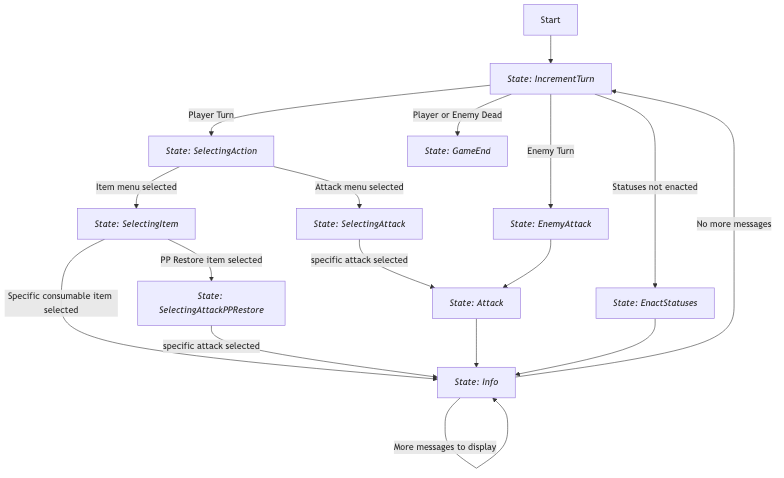
Above: docs/state_diagram.png in JakeTaussig/rpg-rougelike (Mermaid), before the change. Its source is kept beside it as docs/state_diagram.mermaid.
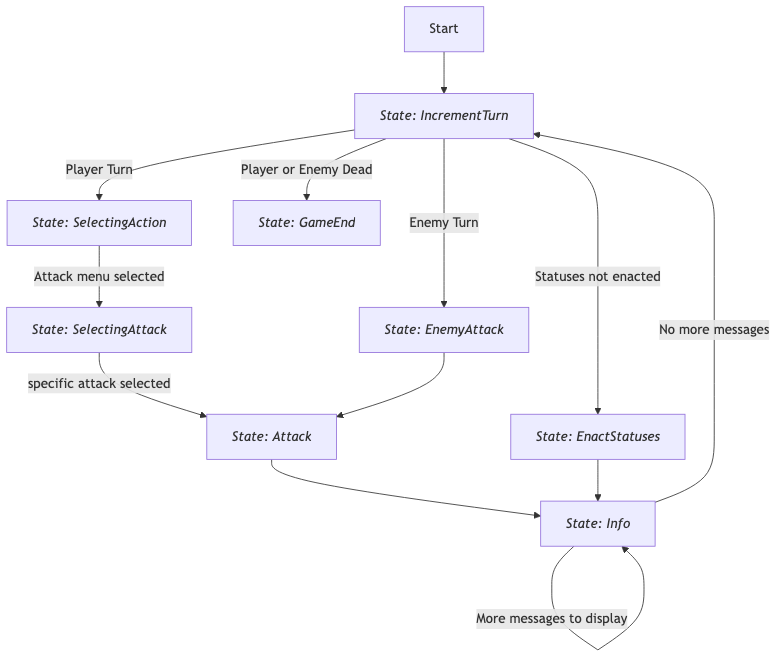
Later version of the same file.

Commit message:
remove `SelectingItem` and `SelectingAttackPPRestore` from state machine diagram

What changed in the source:
```diff
@@ -8,21 +8,12 @@
   EnemyAttack[*State: EnemyAttack*]
   GameEnd[*State: GameEnd*]
   EnactStatuses[*State: EnactStatuses*]
-  SelectingItem[*State: SelectingItem*]
-  SelectingAttackPPRestore[*State: SelectingAttackPPRestore*]
 
   Start --> IncrementTurn
 
   IncrementTurn --> |Player Turn| SelectingAction
   SelectingAction --> |Attack menu selected| SelectingAttack
   SelectingAttack --> |specific attack selected| Attack
-
-  SelectingAction --> |Item menu selected|SelectingItem
-  SelectingItem --> |Specific consumable item selected|Info
-  SelectingItem --> |PP Restore item selected|SelectingAttackPPRestore
-
-  SelectingAttackPPRestore --> |specific attack selected|Info
-
 
   IncrementTurn --> |Enemy Turn| EnemyAttack
   EnemyAttack --> Attack
```
